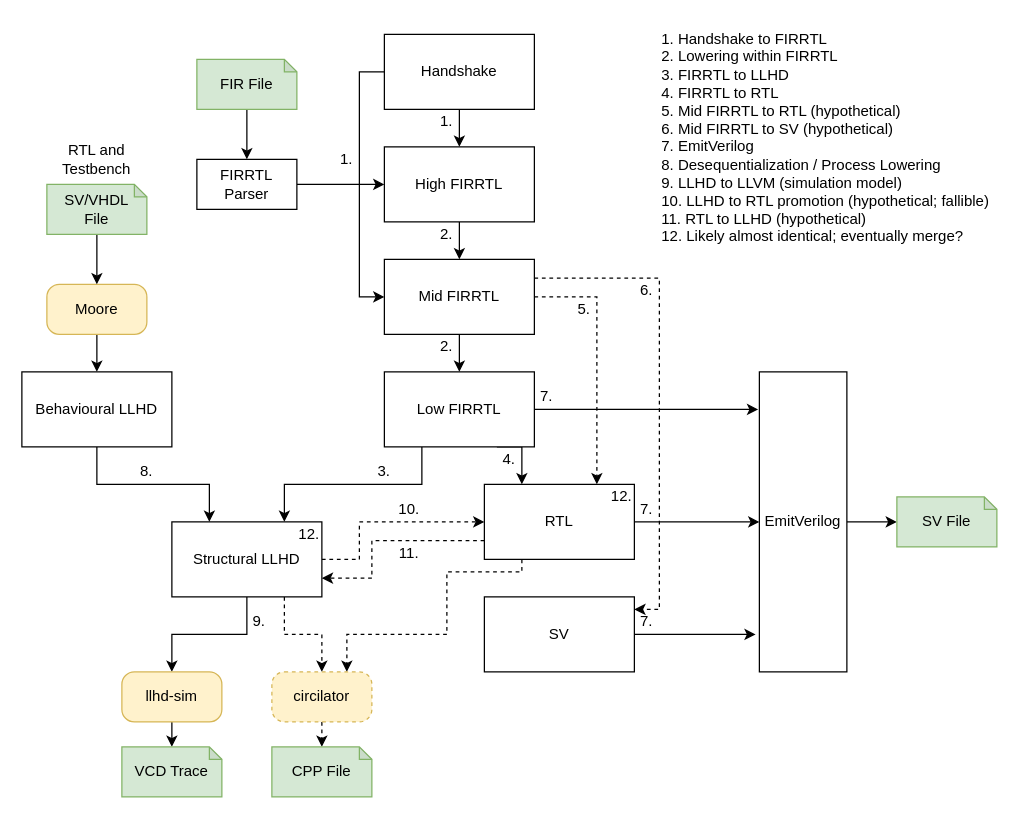
This is docs/dialects.drawio from thomasnormal/circt, a draw.io file, before an edit. Source tidied: cells renumbered, new cells numbered last; positions are measured from the earlier drawing's top-left corner, leaving out a move shared by most shapes. Both pictures are drawn from the tidied source at 125%, with x=0, y=0 at pixel (21, 21).
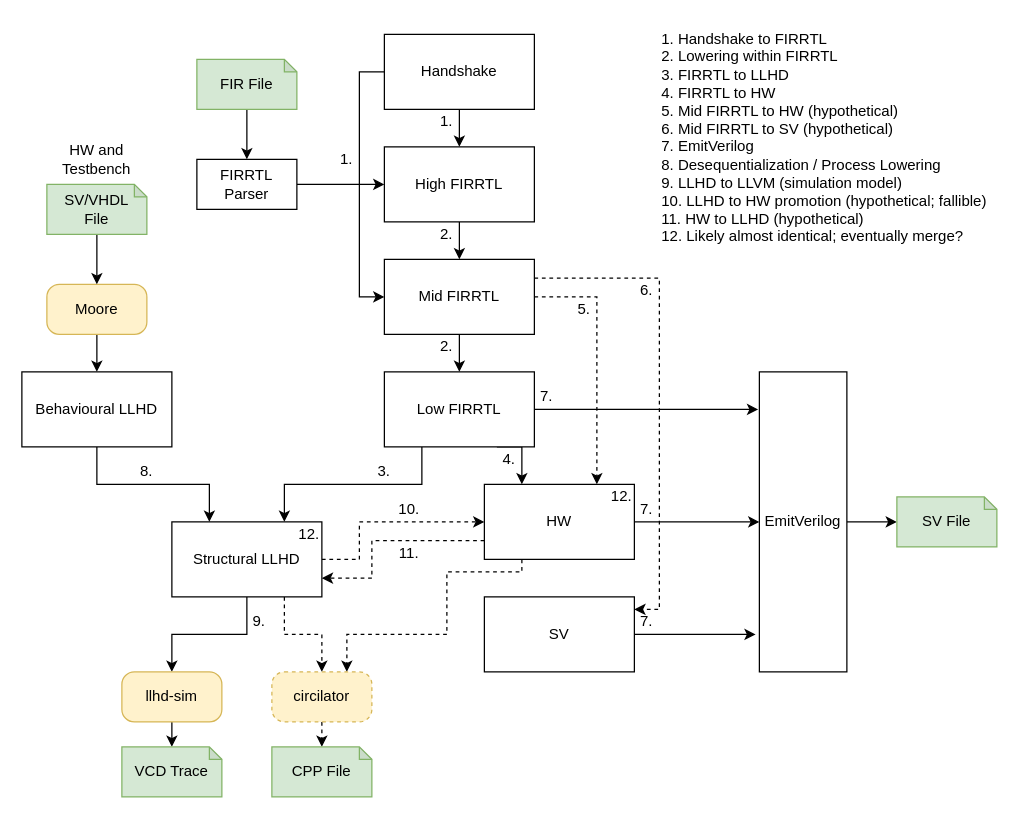
The same diagram, later.

What changed in the source:
```diff
@@
-    <mxCell id="19" value="RTL" style="rounded=0;whiteSpace=wrap;html=1;" parent="1" vertex="1">
+    <mxCell id="19" value="HW" style="rounded=0;whiteSpace=wrap;html=1;" parent="1" vertex="1">
       <mxGeometry x="370" y="370" width="120" height="60" as="geometry" />
     </mxCell>
@@
-    <mxCell id="31" value="1. Handshake to FIRRTL&lt;br&gt;2. Lowering within FIRRTL&lt;br&gt;3. FIRRTL to LLHD&lt;br&gt;4. FIRRTL to RTL&lt;br&gt;5. Mid FIRRTL to RTL (hypothetical)&lt;br&gt;6. Mid FIRRTL to SV (hypothetical)&lt;br&gt;7. EmitVerilog&lt;br&gt;8. Desequentialization / Process Lowering&lt;br&gt;9. LLHD to LLVM (simulation model)&lt;br&gt;10. LLHD to RTL promotion (hypothetical; fallible)&lt;br&gt;11. RTL to LLHD (hypothetical)&lt;br&gt;12. Likely almost identical; eventually merge?" style="text;html=1;strokeColor=none;fillColor=none;align=left;verticalAlign=top;whiteSpace=wrap;rounded=0;" parent="1" vertex="1">
+    <mxCell id="31" value="1. Handshake to FIRRTL&lt;br&gt;2. Lowering within FIRRTL&lt;br&gt;3. FIRRTL to LLHD&lt;br&gt;4. FIRRTL to HW&lt;br&gt;5. Mid FIRRTL to HW (hypothetical)&lt;br&gt;6. Mid FIRRTL to SV (hypothetical)&lt;br&gt;7. EmitVerilog&lt;br&gt;8. Desequentialization / Process Lowering&lt;br&gt;9. LLHD to LLVM (simulation model)&lt;br&gt;10. LLHD to HW promotion (hypothetical; fallible)&lt;br&gt;11. HW to LLHD (hypothetical)&lt;br&gt;12. Likely almost identical; eventually merge?" style="text;html=1;strokeColor=none;fillColor=none;align=left;verticalAlign=top;whiteSpace=wrap;rounded=0;" parent="1" vertex="1">
       <mxGeometry x="510" width="280" height="180" as="geometry" />
     </mxCell>
@@
-    <mxCell id="54" value="RTL and Testbench" style="text;html=1;strokeColor=none;fillColor=none;align=center;verticalAlign=middle;whiteSpace=wrap;rounded=0;" parent="1" vertex="1">
+    <mxCell id="54" value="HW and Testbench" style="text;html=1;strokeColor=none;fillColor=none;align=center;verticalAlign=middle;whiteSpace=wrap;rounded=0;" parent="1" vertex="1">
       <mxGeometry x="30" y="95" width="60" height="30" as="geometry" />
     </mxCell>
```
